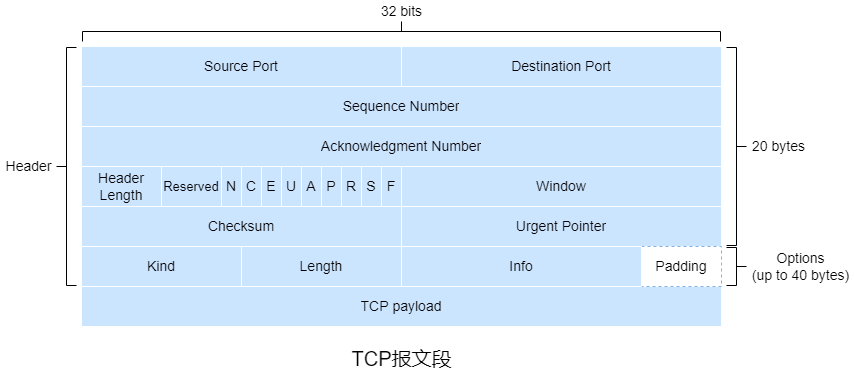
This is computer-networking/img/tcp_segment_format.png from an-die-freude/computer-network-note, a draw.io export, as it was before one commit. Source tidied: cells renumbered, new cells last; positions are measured from the earlier drawing's top-left corner, leaving out a move shared by most shapes.
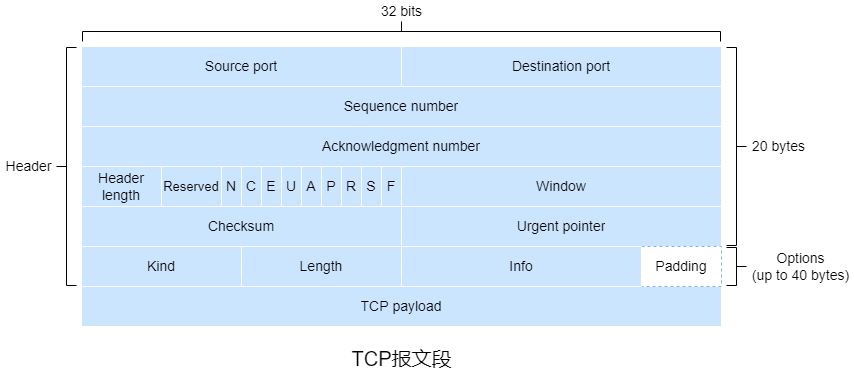
The same file after the commit.

Change to the diagram source:
```diff
@@ -17,10 +17,10 @@
     <mxCell id="6" style="shape=tableRow;horizontal=0;startSize=0;swimlaneHead=0;swimlaneBody=0;top=0;left=0;bottom=0;right=0;fillColor=none;fontSize=12;strokeColor=#FFFFFF;strokeWidth=10;" parent="5" vertex="1">
       <mxGeometry width="640" height="40" as="geometry" />
     </mxCell>
-    <mxCell id="7" value="Source Port" style="shape=partialRectangle;html=1;whiteSpace=wrap;overflow=hidden;fillColor=none;top=0;left=0;bottom=0;right=0;fontSize=14;strokeColor=none;shadow=0;strokeWidth=10;perimeterSpacing=10;" parent="6" vertex="1">
+    <mxCell id="7" value="Source port" style="shape=partialRectangle;html=1;whiteSpace=wrap;overflow=hidden;fillColor=none;top=0;left=0;bottom=0;right=0;fontSize=14;strokeColor=none;shadow=0;strokeWidth=10;perimeterSpacing=10;" parent="6" vertex="1">
       <mxGeometry width="320" height="40" as="geometry" />
     </mxCell>
-    <mxCell id="8" value="Destination Port" style="shape=partialRectangle;html=1;whiteSpace=wrap;overflow=hidden;fillColor=none;top=0;left=0;bottom=0;right=0;fontSize=14;strokeColor=none;strokeWidth=10;" parent="6" vertex="1">
+    <mxCell id="8" value="Destination port" style="shape=partialRectangle;html=1;whiteSpace=wrap;overflow=hidden;fillColor=none;top=0;left=0;bottom=0;right=0;fontSize=14;strokeColor=none;strokeWidth=10;" parent="6" vertex="1">
       <mxGeometry x="320" width="320" height="40" as="geometry" />
     </mxCell>
     <mxCell id="9" style="shape=table;startSize=0;shadow=0;fontSize=12;strokeColor=#FFFFFF;strokeWidth=1;fillColor=#CCE5FF;" parent="1" vertex="1">
@@ -29,13 +29,13 @@
     <mxCell id="10" style="shape=tableRow;horizontal=0;startSize=0;swimlaneHead=0;swimlaneBody=0;top=0;left=0;bottom=0;right=0;fillColor=none;shadow=0;fontSize=12;strokeColor=#FFFFFF;strokeWidth=5;" parent="9" vertex="1">
       <mxGeometry width="640" height="40" as="geometry" />
     </mxCell>
-    <mxCell id="11" value="Sequence Number" style="shape=partialRectangle;html=1;whiteSpace=wrap;overflow=hidden;fillColor=none;top=0;left=0;bottom=0;right=0;shadow=0;fontSize=14;strokeColor=#FFFFFF;strokeWidth=5;" parent="10" vertex="1">
+    <mxCell id="11" value="Sequence number" style="shape=partialRectangle;html=1;whiteSpace=wrap;overflow=hidden;fillColor=none;top=0;left=0;bottom=0;right=0;shadow=0;fontSize=14;strokeColor=#FFFFFF;strokeWidth=5;" parent="10" vertex="1">
       <mxGeometry width="640" height="40" as="geometry" />
     </mxCell>
     <mxCell id="12" style="shape=tableRow;horizontal=0;startSize=0;swimlaneHead=0;swimlaneBody=0;top=0;left=0;bottom=0;right=0;fillColor=none;shadow=0;fontSize=12;strokeColor=#FFFFFF;strokeWidth=5;" parent="9" vertex="1">
       <mxGeometry y="40" width="640" height="40" as="geometry" />
     </mxCell>
-    <mxCell id="13" value="Acknowledgment Number" style="shape=partialRectangle;html=1;whiteSpace=wrap;overflow=hidden;fillColor=none;top=0;left=0;bottom=0;right=0;shadow=0;fontSize=14;strokeColor=#FFFFFF;strokeWidth=5;" parent="12" vertex="1">
+    <mxCell id="13" value="Acknowledgment number" style="shape=partialRectangle;html=1;whiteSpace=wrap;overflow=hidden;fillColor=none;top=0;left=0;bottom=0;right=0;shadow=0;fontSize=14;strokeColor=#FFFFFF;strokeWidth=5;" parent="12" vertex="1">
       <mxGeometry width="640" height="40" as="geometry" />
     </mxCell>
     <mxCell id="14" style="shape=table;startSize=0;fontSize=12;strokeColor=#FFFFFF;fillColor=#CCE5FF;strokeWidth=1;" parent="1" vertex="1">
@@ -47,7 +47,7 @@
     <mxCell id="16" value="Checksum" style="shape=partialRectangle;html=1;whiteSpace=wrap;overflow=hidden;fillColor=none;top=0;left=0;bottom=0;right=0;fontSize=14;strokeColor=none;shadow=0;strokeWidth=10;perimeterSpacing=10;" parent="15" vertex="1">
       <mxGeometry width="320" height="40" as="geometry" />
     </mxCell>
-    <mxCell id="17" value="Urgent Pointer" style="shape=partialRectangle;html=1;whiteSpace=wrap;overflow=hidden;fillColor=none;top=0;left=0;bottom=0;right=0;fontSize=14;strokeColor=none;strokeWidth=10;" parent="15" vertex="1">
+    <mxCell id="17" value="Urgent pointer" style="shape=partialRectangle;html=1;whiteSpace=wrap;overflow=hidden;fillColor=none;top=0;left=0;bottom=0;right=0;fontSize=14;strokeColor=none;strokeWidth=10;" parent="15" vertex="1">
       <mxGeometry x="320" width="320" height="40" as="geometry" />
     </mxCell>
     <mxCell id="18" style="shape=table;startSize=0;shadow=0;fontSize=8;strokeColor=#FFFFFF;strokeWidth=1;fillColor=#CCE5FF;" parent="1" vertex="1">
@@ -116,7 +116,7 @@
     <mxCell id="39" style="shape=tableRow;horizontal=0;startSize=0;swimlaneHead=0;swimlaneBody=0;top=0;left=0;bottom=0;right=0;fillColor=none;" parent="38" vertex="1">
       <mxGeometry width="320" height="40" as="geometry" />
     </mxCell>
-    <mxCell id="40" value="Header Length" style="shape=partialRectangle;html=1;whiteSpace=wrap;overflow=hidden;fillColor=none;top=0;left=0;bottom=0;right=0;fontSize=14;" parent="39" vertex="1">
+    <mxCell id="40" value="Header length" style="shape=partialRectangle;html=1;whiteSpace=wrap;overflow=hidden;fillColor=none;top=0;left=0;bottom=0;right=0;fontSize=14;" parent="39" vertex="1">
       <mxGeometry width="80" height="40" as="geometry" />
     </mxCell>
     <mxCell id="41" value="Reserved" style="shape=partialRectangle;html=1;whiteSpace=wrap;overflow=hidden;fillColor=none;top=0;left=0;bottom=0;right=0;fontSize=13;" parent="39" vertex="1">
```
